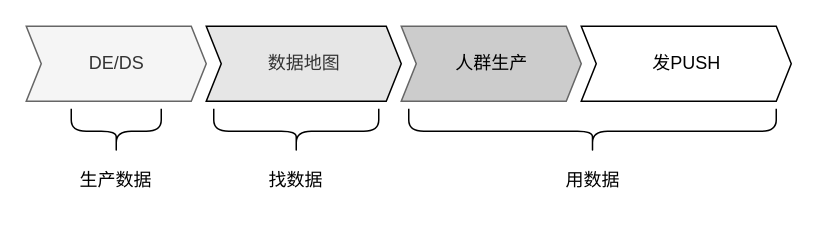
learn2Pro/draw_io_save keeps this draw.io diagram as km_tx_1.drawio. Above is the earlier version. Source tidied: cells renumbered, new cells numbered last; positions are measured from the earlier drawing's top-left corner, leaving out a move shared by most shapes. Both pictures are drawn from the tidied source at 150%, with x=0, y=0 at pixel (26, -52).
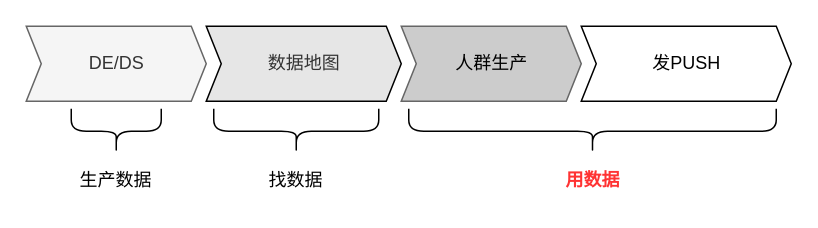
The same page after the edit.

Change to the diagram source:
```diff
@@
 <mxGraphModel>
   <root>
     <mxCell id="0" />
     <mxCell id="1" parent="0" />
     <mxCell id="2" value="DE/DS" style="html=1;shadow=0;dashed=0;align=center;verticalAlign=middle;shape=mxgraph.arrows2.arrow;dy=0;dx=10;notch=10;fillColor=#f5f5f5;fontColor=#333333;strokeColor=#666666;" parent="1" vertex="1">
       <mxGeometry y="52" width="120" height="50" as="geometry" />
     </mxCell>
     <mxCell id="3" value="数据地图" style="html=1;shadow=0;dashed=0;align=center;verticalAlign=middle;shape=mxgraph.arrows2.arrow;dy=0;dx=10;notch=10;fillColor=#E6E6E6;fontColor=#333333;strokeColor=#000000;" parent="1" vertex="1">
       <mxGeometry x="120" y="52" width="130" height="50" as="geometry" />
     </mxCell>
     <mxCell id="4" value="人群生产" style="html=1;shadow=0;dashed=0;align=center;verticalAlign=middle;shape=mxgraph.arrows2.arrow;dy=0;dx=10;notch=10;fillColor=#CCCCCC;strokeColor=#666666;" parent="1" vertex="1">
       <mxGeometry x="250" y="52" width="120" height="50" as="geometry" />
     </mxCell>
     <mxCell id="5" value="发PUSH" style="html=1;shadow=0;dashed=0;align=center;verticalAlign=middle;shape=mxgraph.arrows2.arrow;dy=0;dx=10;notch=10;fillColor=#FFFFFF;" parent="1" vertex="1">
       <mxGeometry x="370" y="52" width="140" height="50" as="geometry" />
     </mxCell>
     <mxCell id="6" style="shape=curlyBracket;whiteSpace=wrap;html=1;rounded=1;flipH=1;strokeColor=#000000;fillColor=#FFFFFF;rotation=90;" parent="1" vertex="1">
       <mxGeometry x="45" y="92" width="30" height="60" as="geometry" />
     </mxCell>
     <mxCell id="7" style="shape=curlyBracket;whiteSpace=wrap;html=1;rounded=1;flipH=1;strokeColor=#000000;fillColor=#FFFFFF;rotation=90;" parent="1" vertex="1">
       <mxGeometry x="362.5" y="-0.5" width="30" height="245" as="geometry" />
     </mxCell>
     <mxCell id="8" value="生产数据" style="text;html=1;strokeColor=none;fillColor=none;align=center;verticalAlign=middle;whiteSpace=wrap;rounded=0;" parent="1" vertex="1">
       <mxGeometry x="30" y="139.5" width="60" height="30" as="geometry" />
     </mxCell>
     <mxCell id="9" value="找数据" style="text;html=1;strokeColor=none;fillColor=none;align=center;verticalAlign=middle;whiteSpace=wrap;rounded=0;" parent="1" vertex="1">
       <mxGeometry x="150" y="139.5" width="60" height="30" as="geometry" />
     </mxCell>
     <mxCell id="10" style="shape=curlyBracket;whiteSpace=wrap;html=1;rounded=1;flipH=1;strokeColor=#000000;fillColor=#FFFFFF;rotation=90;" parent="1" vertex="1">
       <mxGeometry x="165" y="67" width="30" height="110" as="geometry" />
     </mxCell>
-    <mxCell id="11" value="用数据" style="text;html=1;strokeColor=none;fillColor=none;align=center;verticalAlign=middle;whiteSpace=wrap;rounded=0;" parent="1" vertex="1">
+    <mxCell id="11" value="&lt;b&gt;&lt;font color=&quot;#ff3333&quot;&gt;用数据&lt;/font&gt;&lt;/b&gt;" style="text;html=1;strokeColor=none;fillColor=none;align=center;verticalAlign=middle;whiteSpace=wrap;rounded=0;" parent="1" vertex="1">
       <mxGeometry x="347.5" y="139.5" width="60" height="30" as="geometry" />
     </mxCell>
   </root>
 </mxGraphModel>
```
